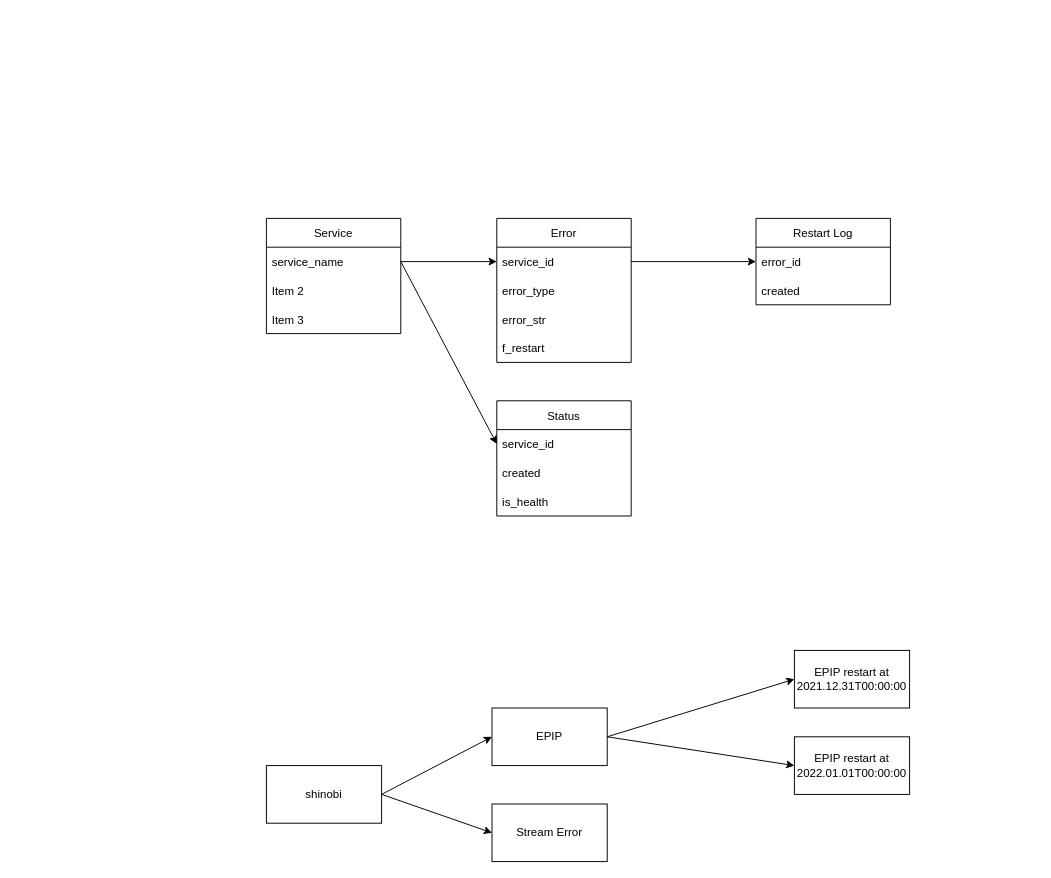
This is System Monitor Database Structure Diagram.drawio from QAlexBall/diagrams, a draw.io file, before an edit. Source tidied: cells renumbered, new cells numbered last; positions are measured from the earlier drawing's top-left corner, leaving out a move shared by most shapes. Both pictures are drawn from the tidied source at 96%, with x=0, y=0 at pixel (266, 218).
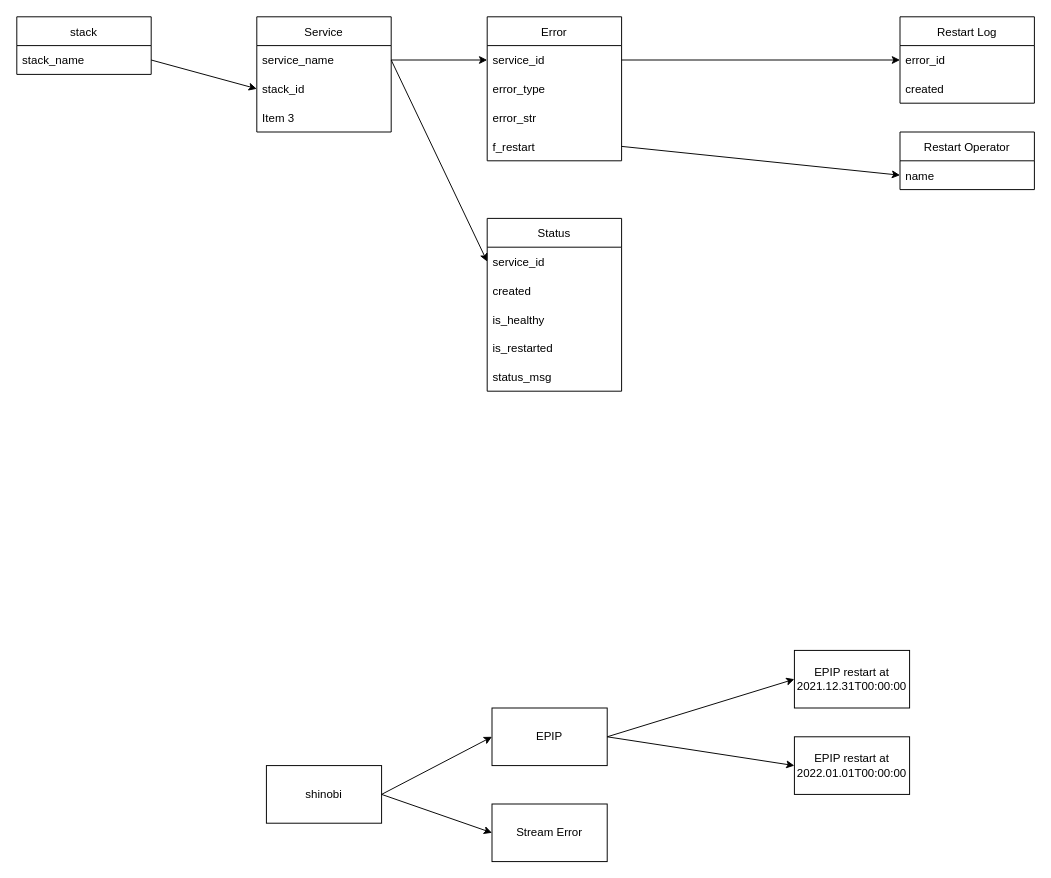
Above is the later version.

Unchanged cells that the change refers to:
```xml
<mxCell id="10" value="f_restart" style="text;strokeColor=none;fillColor=none;align=left;verticalAlign=middle;spacingLeft=4;spacingRight=4;overflow=hidden;points=[[0,0.5],[1,0.5]];portConstraint=eastwest;" parent="6" vertex="1">
  <mxGeometry y="120" width="140" height="30" as="geometry" />
</mxCell>
```

Change to the diagram source:
```diff
@@
     <mxCell id="2" value="Service" style="swimlane;fontStyle=0;horizontal=1;startSize=30;" parent="1" vertex="1">
-      <mxGeometry width="140" height="120" as="geometry" />
+      <mxGeometry x="-10" y="-210" width="140" height="120" as="geometry" />
     </mxCell>
@@
-    <mxCell id="4" value="Item 2" style="text;strokeColor=none;fillColor=none;align=left;verticalAlign=middle;spacingLeft=4;spacingRight=4;overflow=hidden;points=[[0,0.5],[1,0.5]];portConstraint=eastwest;" parent="2" vertex="1">
+    <mxCell id="4" value="stack_id" style="text;strokeColor=none;fillColor=none;align=left;verticalAlign=middle;spacingLeft=4;spacingRight=4;overflow=hidden;points=[[0,0.5],[1,0.5]];portConstraint=eastwest;" parent="2" vertex="1">
       <mxGeometry y="60" width="140" height="30" as="geometry" />
     </mxCell>
@@
     <mxCell id="6" value="Error" style="swimlane;fontStyle=0;horizontal=1;startSize=30;" parent="1" vertex="1">
-      <mxGeometry x="240" width="140" height="150" as="geometry" />
+      <mxGeometry x="230" y="-210" width="140" height="150" as="geometry" />
     </mxCell>
@@
     <mxCell id="11" value="Restart Log" style="swimlane;fontStyle=0;horizontal=1;startSize=30;" parent="1" vertex="1">
-      <mxGeometry x="510" width="140" height="90" as="geometry" />
+      <mxGeometry x="660" y="-210" width="140" height="90" as="geometry" />
     </mxCell>
@@
     <mxCell id="25" value="Status" style="swimlane;fontStyle=0;horizontal=1;startSize=30;" parent="1" vertex="1">
-      <mxGeometry x="240" y="190" width="140" height="120" as="geometry" />
+      <mxGeometry x="230" width="140" height="180" as="geometry" />
     </mxCell>
@@
-    <mxCell id="28" value="is_health" style="text;strokeColor=none;fillColor=none;align=left;verticalAlign=middle;spacingLeft=4;spacingRight=4;overflow=hidden;" parent="25" vertex="1">
+    <mxCell id="28" value="is_healthy" style="text;strokeColor=none;fillColor=none;align=left;verticalAlign=middle;spacingLeft=4;spacingRight=4;overflow=hidden;" parent="25" vertex="1">
       <mxGeometry y="90" width="140" height="30" as="geometry" />
     </mxCell>
+    <mxCell id="30" value="is_restarted" style="text;strokeColor=none;fillColor=none;align=left;verticalAlign=middle;spacingLeft=4;spacingRight=4;overflow=hidden;" parent="25" vertex="1">
+      <mxGeometry y="120" width="140" height="30" as="geometry" />
+    </mxCell>
+    <mxCell id="31" value="status_msg" style="text;strokeColor=none;fillColor=none;align=left;verticalAlign=middle;spacingLeft=4;spacingRight=4;overflow=hidden;" parent="25" vertex="1">
+      <mxGeometry y="150" width="140" height="30" as="geometry" />
+    </mxCell>
@@
+    <mxCell id="32" value="Restart Operator" style="swimlane;fontStyle=0;horizontal=1;startSize=30;" parent="1" vertex="1">
+      <mxGeometry x="660" y="-90" width="140" height="60" as="geometry" />
+    </mxCell>
+    <mxCell id="33" value="name" style="text;strokeColor=none;fillColor=none;align=left;verticalAlign=middle;spacingLeft=4;spacingRight=4;overflow=hidden;points=[[0,0.5],[1,0.5]];portConstraint=eastwest;" parent="32" vertex="1">
+      <mxGeometry y="30" width="140" height="30" as="geometry" />
+    </mxCell>
+    <mxCell id="34" style="endArrow=classic;html=1;rounded=0;exitX=1;exitY=0.5;exitDx=0;exitDy=0;entryX=0;entryY=0.5;entryDx=0;entryDy=0;" parent="1" edge="1" source="10" target="33">
+      <mxGeometry relative="1" as="geometry" />
+    </mxCell>
+    <mxCell id="35" value="stack" style="swimlane;fontStyle=0;horizontal=1;startSize=30;" parent="1" vertex="1">
+      <mxGeometry x="-260" y="-210" width="140" height="60" as="geometry" />
+    </mxCell>
+    <mxCell id="36" value="stack_name" style="text;strokeColor=none;fillColor=none;align=left;verticalAlign=middle;spacingLeft=4;spacingRight=4;overflow=hidden;points=[[0,0.5],[1,0.5]];portConstraint=eastwest;" parent="35" vertex="1">
+      <mxGeometry y="30" width="140" height="30" as="geometry" />
+    </mxCell>
+    <mxCell id="37" style="endArrow=classic;html=1;rounded=0;exitX=1;exitY=0.5;exitDx=0;exitDy=0;entryX=0;entryY=0.5;entryDx=0;entryDy=0;" parent="1" edge="1" source="36" target="4">
+      <mxGeometry relative="1" as="geometry" />
+    </mxCell>
```
